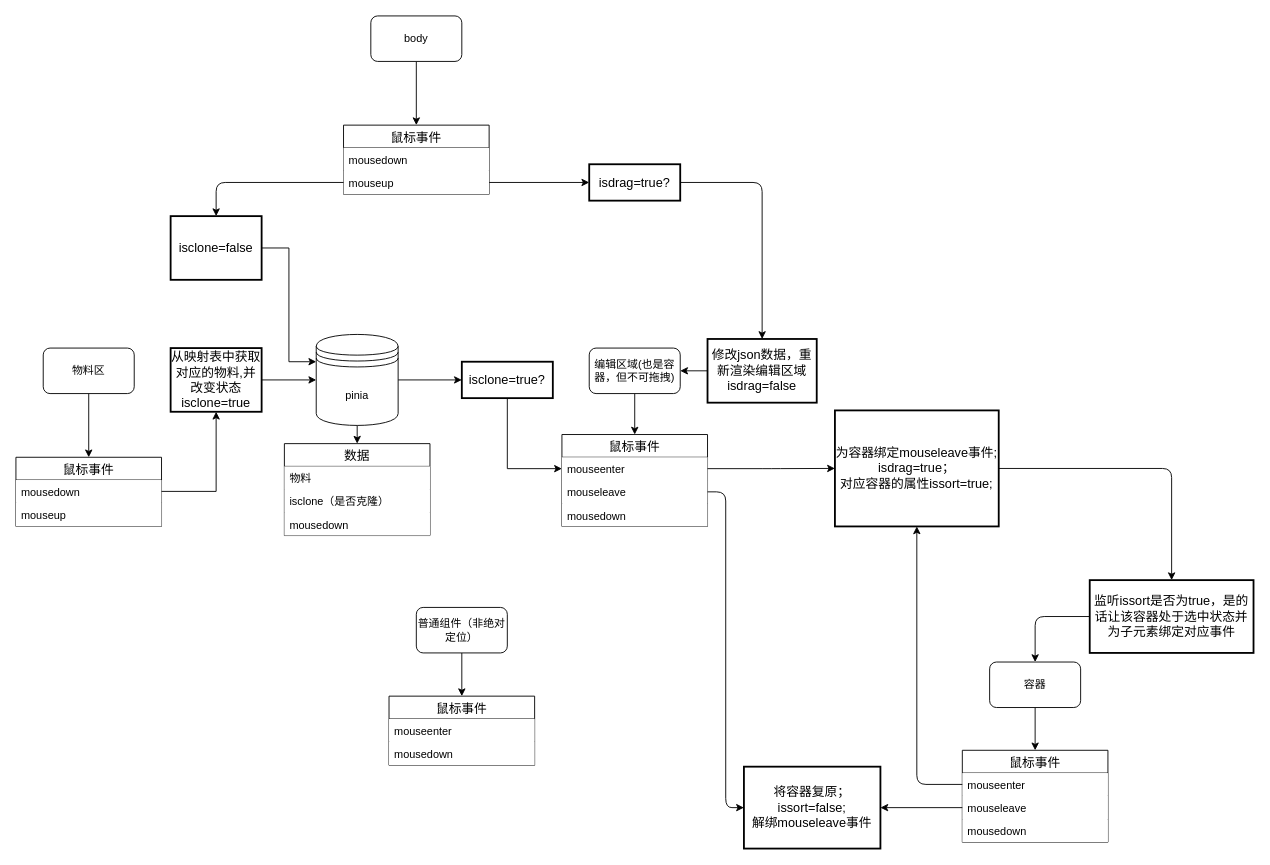
Above: src/assets/drag.drawio in GitHubxxx17/lowCode (draw.io), before the change. Source tidied: cells renumbered, new cells numbered last; positions are measured from the earlier drawing's top-left corner, leaving out a move shared by most shapes. Both pictures are drawn from the tidied source at 91%, with x=0, y=0 at pixel (15, 15).
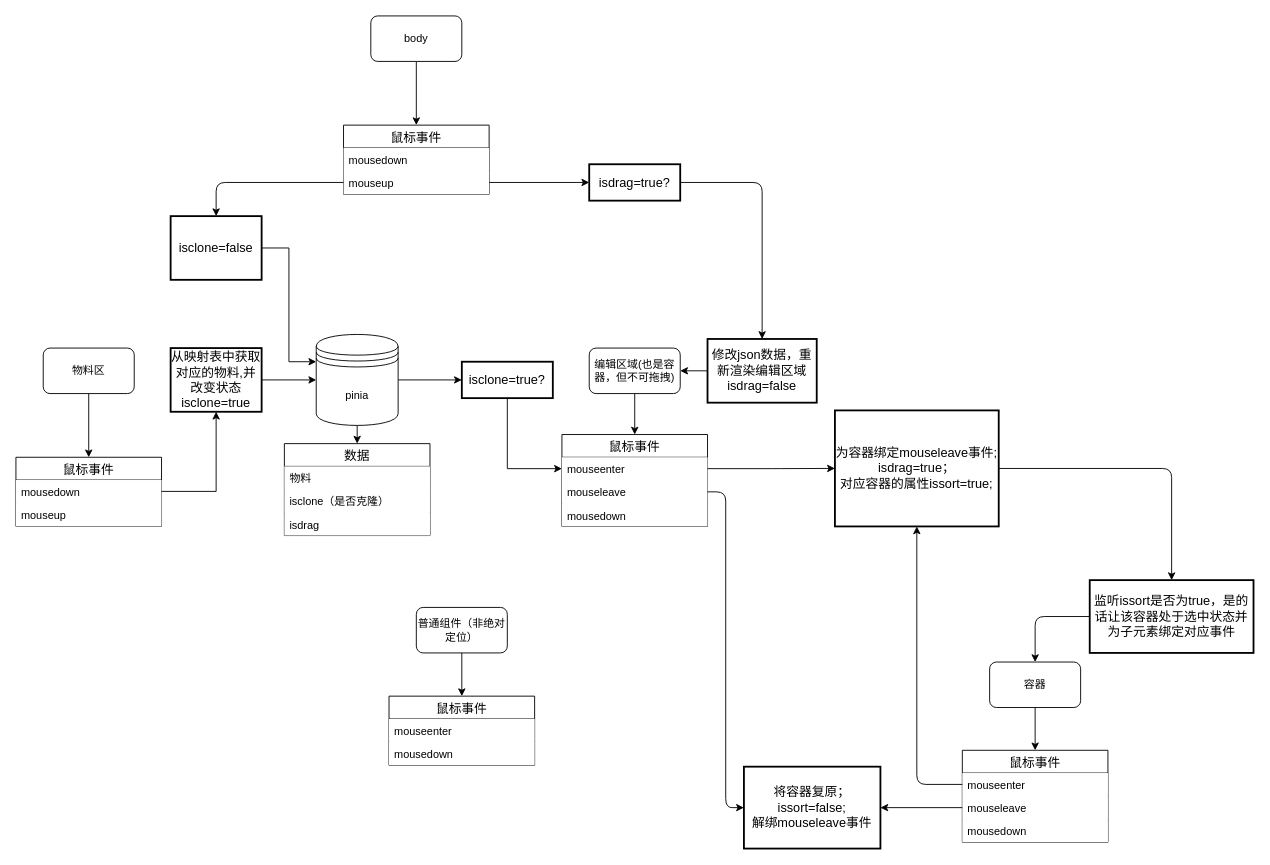
After the change.

Unchanged cells that the change refers to:
```xml
<mxCell id="54" value="数据" style="swimlane;fontStyle=0;horizontal=1;startSize=25;swimlaneFillColor=#ffffff;align=center;fontSize=14;" parent="1" vertex="1">
  <mxGeometry x="295" y="470" width="160" height="101" as="geometry" />
</mxCell>
```

The edit, as a diff of the source:
```diff
@@
-    <mxCell id="57" value="mousedown" style="text;strokeColor=none;fillColor=default;spacingLeft=4;spacingRight=4;overflow=hidden;fontSize=12;" parent="54" vertex="1">
+    <mxCell id="57" value="isdrag" style="text;strokeColor=none;fillColor=default;spacingLeft=4;spacingRight=4;overflow=hidden;fontSize=12;" parent="54" vertex="1">
       <mxGeometry y="76" width="160" height="25" as="geometry" />
     </mxCell>
```
